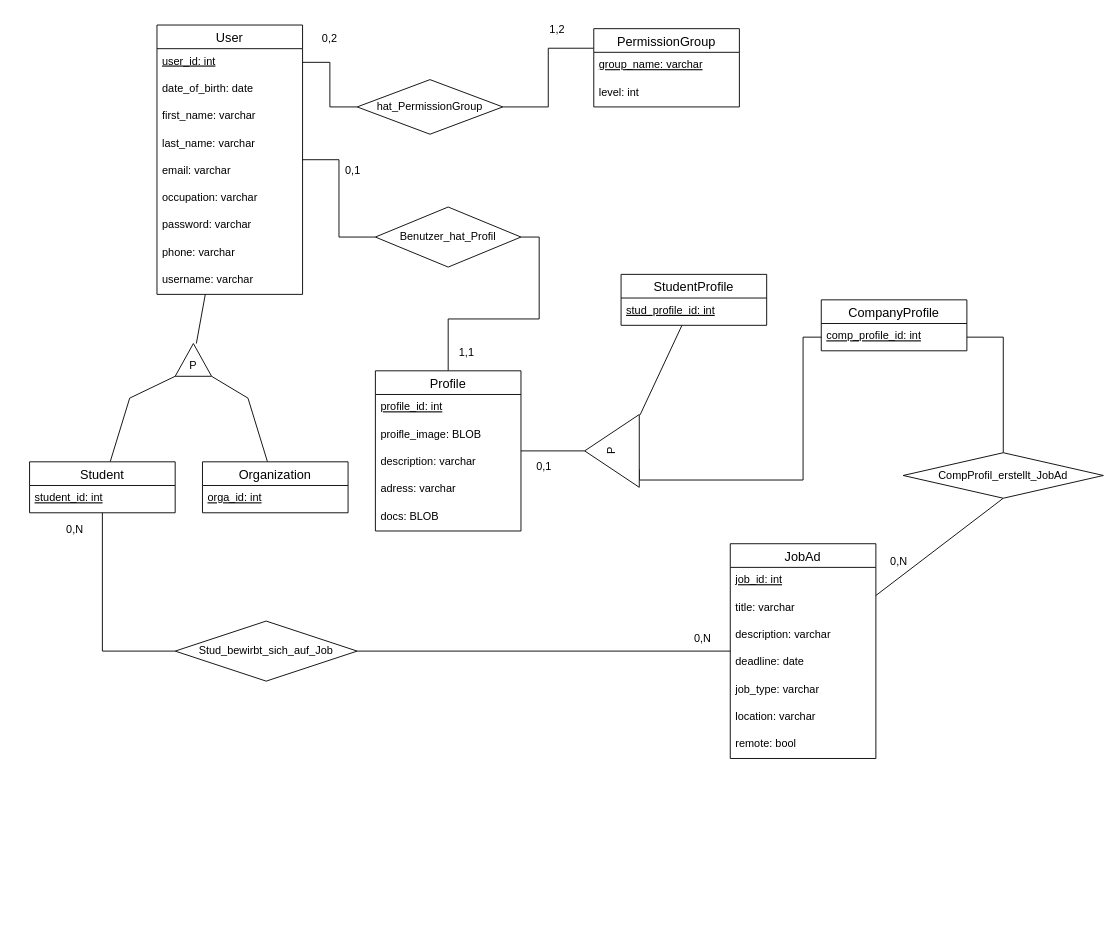
This is page "Semantisch" (2 of 2) of doc/diagram/ERDiagram.drawio from KlaraGolubovic/SE02, a draw.io file, before an edit. Source tidied: cells renumbered, new cells numbered last; positions are measured from the earlier drawing's top-left corner, leaving out a move shared by most shapes. Both pictures are drawn from the tidied source at 91%, with x=0, y=0 at pixel (29, 15).
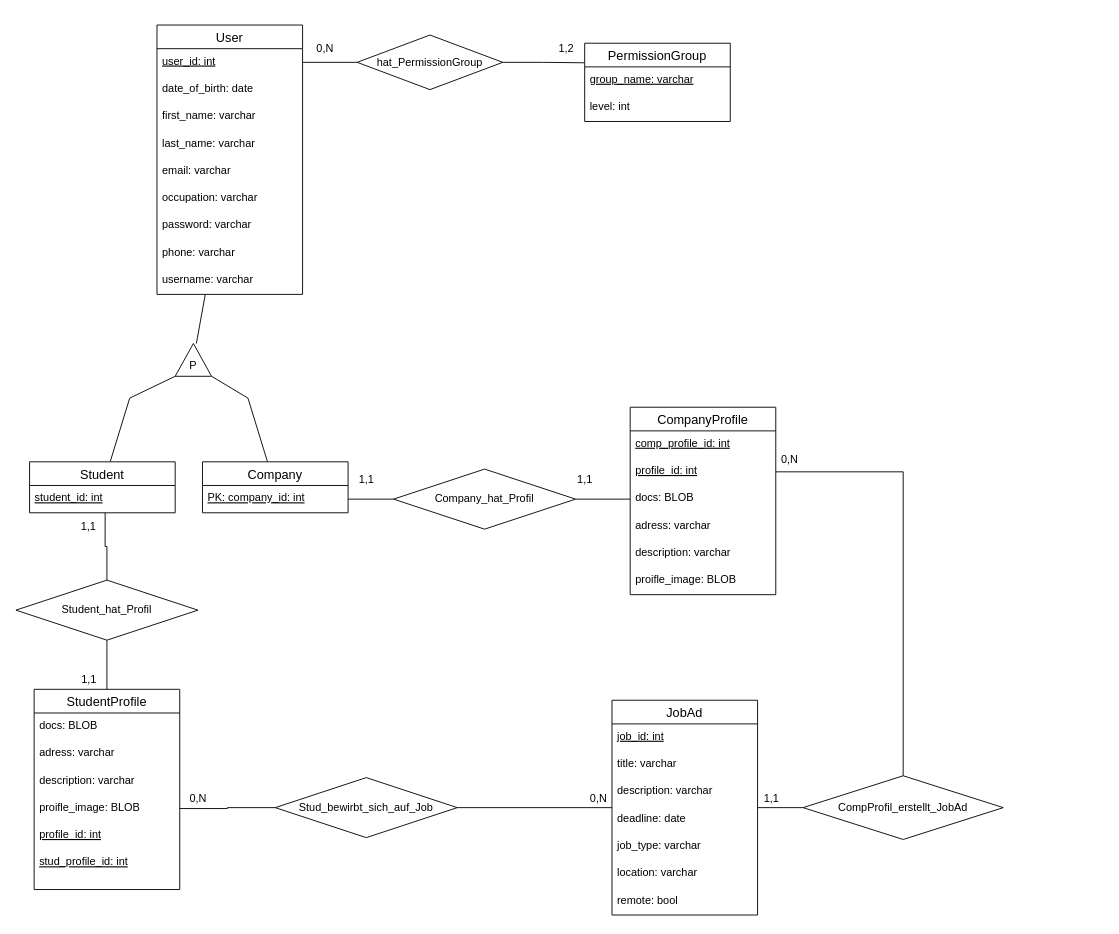
The same diagram, later.

The change refers to these unchanged cells:
```xml
<mxCell id="5" value="User" style="swimlane;fontStyle=0;horizontal=1;startSize=26;align=center;fontSize=14;" parent="1" vertex="1">
  <mxGeometry x="140" y="10" width="160" height="296" as="geometry" />
</mxCell>
<mxCell id="43" value="Student" style="swimlane;fontStyle=0;horizontal=1;startSize=26;align=center;fontSize=14;" parent="1" vertex="1">
  <mxGeometry y="490" width="160" height="56" as="geometry" />
</mxCell>
<mxCell id="44" value="student_id: int" style="text;strokeColor=none;fillColor=none;spacingLeft=4;spacingRight=4;overflow=hidden;points=[[0,0.5],[1,0.5]];portConstraint=eastwest;fontSize=12;fontStyle=4;" parent="43" vertex="1">
  <mxGeometry y="26" width="160" height="30" as="geometry" />
</mxCell>
<mxCell id="65" value="comp_profile_id: int" style="text;strokeColor=none;fillColor=none;spacingLeft=4;spacingRight=4;overflow=hidden;points=[[0,0.5],[1,0.5]];portConstraint=eastwest;fontSize=12;fontStyle=4;" parent="64" vertex="1">
  <mxGeometry y="26" width="160" height="30" as="geometry" />
</mxCell>
```

The edit, as a diff of the source:
```diff
@@
     <mxCell id="3" value="hat_PermissionGroup" style="shape=rhombus;perimeter=rhombusPerimeter;whiteSpace=wrap;html=1;align=center;" parent="1" vertex="1">
-      <mxGeometry x="360" y="70" width="160" height="60" as="geometry" />
+      <mxGeometry x="360" y="21" width="160" height="60" as="geometry" />
     </mxCell>
-    <mxCell id="4" style="edgeStyle=orthogonalEdgeStyle;rounded=0;jettySize=auto;html=1;entryX=0;entryY=0.5;entryDx=0;entryDy=0;fontSize=12;endArrow=none;endFill=0;" parent="1" edge="1" source="5" target="28">
-      <mxGeometry relative="1" as="geometry" />
-    </mxCell>
@@
-    <mxCell id="15" style="edgeStyle=orthogonalEdgeStyle;rounded=0;jettySize=auto;html=1;exitX=0.5;exitY=0;exitDx=0;exitDy=0;fontSize=12;endArrow=none;endFill=0;entryX=1;entryY=0.5;entryDx=0;entryDy=0;" parent="1" edge="1" source="18" target="28">
-      <mxGeometry relative="1" as="geometry" />
-    </mxCell>
-    <mxCell id="16" style="rounded=0;jettySize=auto;html=1;entryX=0.5;entryY=0;entryDx=0;entryDy=0;fontSize=12;endArrow=none;endFill=0;exitX=1;exitY=0.5;exitDx=0;exitDy=0;" parent="1" edge="1" source="65" target="40">
-      <mxGeometry relative="1" as="geometry">
-        <Array as="points">
-          <mxPoint x="1070" y="353" />
-        </Array>
-      </mxGeometry>
-    </mxCell>
-    <mxCell id="17" style="edgeStyle=orthogonalEdgeStyle;rounded=0;jettySize=auto;html=1;entryX=1;entryY=0.5;entryDx=0;entryDy=0;endArrow=none;endFill=0;" parent="1" edge="1" source="18" target="61">
-      <mxGeometry relative="1" as="geometry" />
-    </mxCell>
-    <mxCell id="18" value="Profile" style="swimlane;fontStyle=0;horizontal=1;startSize=26;align=center;fontSize=14;" parent="1" vertex="1">
-      <mxGeometry x="380" y="390" width="160" height="176" as="geometry" />
-    </mxCell>
-    <mxCell id="19" value="profile_id: int" style="text;strokeColor=none;fillColor=none;spacingLeft=4;spacingRight=4;overflow=hidden;fontSize=12;fontStyle=4;" parent="18" vertex="1">
-      <mxGeometry y="26" width="160" height="30" as="geometry" />
-    </mxCell>
-    <mxCell id="20" value="proifle_image: BLOB" style="text;strokeColor=none;fillColor=none;spacingLeft=4;spacingRight=4;overflow=hidden;fontSize=12;" parent="18" vertex="1">
-      <mxGeometry y="56" width="160" height="30" as="geometry" />
-    </mxCell>
-    <mxCell id="21" value="description: varchar" style="text;strokeColor=none;fillColor=none;spacingLeft=4;spacingRight=4;overflow=hidden;fontSize=12;" parent="18" vertex="1">
-      <mxGeometry y="86" width="160" height="30" as="geometry" />
-    </mxCell>
-    <mxCell id="22" value="adress: varchar" style="text;strokeColor=none;fillColor=none;spacingLeft=4;spacingRight=4;overflow=hidden;fontSize=12;" parent="18" vertex="1">
-      <mxGeometry y="116" width="160" height="30" as="geometry" />
-    </mxCell>
-    <mxCell id="23" value="docs: BLOB" style="text;strokeColor=none;fillColor=none;spacingLeft=4;spacingRight=4;overflow=hidden;fontSize=12;" parent="18" vertex="1">
-      <mxGeometry y="146" width="160" height="30" as="geometry" />
-    </mxCell>
     <mxCell id="24" value="PermissionGroup" style="swimlane;fontStyle=0;horizontal=1;startSize=26;align=center;fontSize=14;" parent="1" vertex="1">
-      <mxGeometry x="620" y="14" width="160" height="86" as="geometry" />
+      <mxGeometry x="610" y="30" width="160" height="86" as="geometry" />
     </mxCell>
@@
-    <mxCell id="28" value="Benutzer_hat_Profil" style="shape=rhombus;perimeter=rhombusPerimeter;whiteSpace=wrap;html=1;align=center;fontSize=12;" parent="1" vertex="1">
-      <mxGeometry x="380" y="210" width="160" height="66" as="geometry" />
-    </mxCell>
-    <mxCell id="29" value="0,1" style="text;html=1;align=center;verticalAlign=middle;strokeColor=none;fillColor=none;fontSize=12;" parent="1" vertex="1">
-      <mxGeometry x="340" y="160" width="30" height="20" as="geometry" />
-    </mxCell>
-    <mxCell id="30" value="1,1" style="text;html=1;align=center;verticalAlign=middle;strokeColor=none;fillColor=none;fontSize=12;" parent="1" vertex="1">
-      <mxGeometry x="465" y="360" width="30" height="20" as="geometry" />
-    </mxCell>
-    <mxCell id="31" style="rounded=0;jettySize=auto;html=1;entryX=0.5;entryY=1;entryDx=0;entryDy=0;fontSize=12;endArrow=none;endFill=0;" parent="1" edge="1" source="32" target="40">
+    <mxCell id="31" style="rounded=0;jettySize=auto;html=1;entryX=0;entryY=0.5;entryDx=0;entryDy=0;fontSize=12;endArrow=none;endFill=0;" parent="1" edge="1" source="32" target="40">
       <mxGeometry relative="1" as="geometry" />
     </mxCell>
     <mxCell id="32" value="JobAd" style="swimlane;fontStyle=0;horizontal=1;startSize=26;align=center;fontSize=14;" parent="1" vertex="1">
-      <mxGeometry x="770" y="580" width="160" height="236" as="geometry" />
+      <mxGeometry x="640" y="752" width="160" height="236" as="geometry" />
     </mxCell>
@@
+    <mxCell id="66" style="edgeStyle=orthogonalEdgeStyle;rounded=0;jettySize=auto;html=1;entryX=1;entryY=0.5;entryDx=0;entryDy=0;endArrow=none;endFill=0;" parent="1" edge="1" source="40" target="71">
+      <mxGeometry relative="1" as="geometry" />
+    </mxCell>
     <mxCell id="40" value="CompProfil_erstellt_JobAd" style="shape=rhombus;perimeter=rhombusPerimeter;whiteSpace=wrap;html=1;align=center;fontSize=12;" parent="1" vertex="1">
-      <mxGeometry x="960" y="480" width="220" height="50" as="geometry" />
+      <mxGeometry x="850" y="835" width="220" height="70" as="geometry" />
     </mxCell>
@@
-    <mxCell id="42" style="edgeStyle=orthogonalEdgeStyle;rounded=0;jettySize=auto;html=1;entryX=0;entryY=0.5;entryDx=0;entryDy=0;fontSize=12;endArrow=none;endFill=0;" parent="1" edge="1" source="43" target="55">
-      <mxGeometry relative="1" as="geometry">
-        <Array as="points">
-          <mxPoint x="80" y="698" />
-        </Array>
-      </mxGeometry>
-    </mxCell>
@@
-    <mxCell id="46" value="Organization" style="swimlane;fontStyle=0;horizontal=1;startSize=26;align=center;fontSize=14;" parent="1" vertex="1">
+    <mxCell id="46" value="Company" style="swimlane;fontStyle=0;horizontal=1;startSize=26;align=center;fontSize=14;" parent="1" vertex="1">
       <mxGeometry x="190" y="490" width="160" height="56" as="geometry" />
     </mxCell>
-    <mxCell id="47" value="orga_id: int" style="text;strokeColor=none;fillColor=none;spacingLeft=4;spacingRight=4;overflow=hidden;points=[[0,0.5],[1,0.5]];portConstraint=eastwest;fontSize=12;fontStyle=4;" parent="46" vertex="1">
+    <mxCell id="47" value="PK: company_id: int" style="text;strokeColor=none;fillColor=none;spacingLeft=4;spacingRight=4;overflow=hidden;points=[[0,0.5],[1,0.5]];portConstraint=eastwest;fontSize=12;fontStyle=4;" parent="46" vertex="1">
       <mxGeometry y="26" width="160" height="30" as="geometry" />
     </mxCell>
@@
-    <mxCell id="51" value="0,2" style="text;html=1;strokeColor=none;fillColor=none;align=center;verticalAlign=middle;whiteSpace=wrap;rounded=0;fontSize=12;" parent="1" vertex="1">
-      <mxGeometry x="300" y="10" width="60" height="30" as="geometry" />
+    <mxCell id="51" value="0,N" style="text;html=1;strokeColor=none;fillColor=none;align=center;verticalAlign=middle;whiteSpace=wrap;rounded=0;fontSize=12;" parent="1" vertex="1">
+      <mxGeometry x="295" y="21" width="60" height="30" as="geometry" />
     </mxCell>
     <mxCell id="52" value="1,2" style="text;html=1;strokeColor=none;fillColor=none;align=center;verticalAlign=middle;whiteSpace=wrap;rounded=0;fontSize=12;" parent="1" vertex="1">
-      <mxGeometry x="550" width="60" height="30" as="geometry" />
+      <mxGeometry x="560" y="21" width="60" height="30" as="geometry" />
     </mxCell>
-    <mxCell id="53" value="0,1" style="text;html=1;align=center;verticalAlign=middle;strokeColor=none;fillColor=none;fontSize=12;" parent="1" vertex="1">
-      <mxGeometry x="550" y="485" width="30" height="20" as="geometry" />
-    </mxCell>
@@
     <mxCell id="55" value="Stud_bewirbt_sich_auf_Job" style="shape=rhombus;perimeter=rhombusPerimeter;whiteSpace=wrap;html=1;align=center;fontSize=12;" parent="1" vertex="1">
-      <mxGeometry x="160" y="665" width="200" height="66" as="geometry" />
+      <mxGeometry x="270" y="837" width="200" height="66" as="geometry" />
     </mxCell>
-    <mxCell id="56" value="0,N" style="text;html=1;align=center;verticalAlign=middle;strokeColor=none;fillColor=none;fontSize=12;" parent="1" vertex="1">
-      <mxGeometry x="940" y="590" width="30" height="20" as="geometry" />
-    </mxCell>
-    <mxCell id="57" value="0,N" style="text;html=1;strokeColor=none;fillColor=none;align=center;verticalAlign=middle;whiteSpace=wrap;rounded=0;fontSize=12;" parent="1" vertex="1">
-      <mxGeometry x="20" y="550" width="60" height="30" as="geometry" />
+    <mxCell id="57" value="1,1" style="text;html=1;strokeColor=none;fillColor=none;align=center;verticalAlign=middle;whiteSpace=wrap;rounded=0;fontSize=12;" parent="1" vertex="1">
+      <mxGeometry x="35" y="546" width="60" height="30" as="geometry" />
     </mxCell>
-    <mxCell id="58" value="0,N" style="text;html=1;strokeColor=none;fillColor=none;align=center;verticalAlign=middle;whiteSpace=wrap;rounded=0;fontSize=12;" parent="1" vertex="1">
-      <mxGeometry x="710" y="670" width="60" height="30" as="geometry" />
-    </mxCell>
-    <mxCell id="59" style="rounded=0;jettySize=auto;html=1;endArrow=none;endFill=0;exitX=-0.015;exitY=0.995;exitDx=0;exitDy=0;exitPerimeter=0;" parent="1" edge="1" source="61" target="62">
-      <mxGeometry relative="1" as="geometry" />
-    </mxCell>
-    <mxCell id="60" style="edgeStyle=orthogonalEdgeStyle;rounded=0;jettySize=auto;html=1;endArrow=none;endFill=0;exitX=0;exitY=0.25;exitDx=0;exitDy=0;entryX=0;entryY=0.5;entryDx=0;entryDy=0;" parent="1" edge="1" source="61" target="65">
-      <mxGeometry relative="1" as="geometry">
-        <Array as="points">
-          <mxPoint x="670" y="510" />
-          <mxPoint x="850" y="510" />
-          <mxPoint x="850" y="353" />
-        </Array>
-      </mxGeometry>
-    </mxCell>
-    <mxCell id="61" value="P" style="triangle;whiteSpace=wrap;html=1;direction=north;rotation=-90;" parent="1" vertex="1">
-      <mxGeometry x="600" y="448" width="80" height="60" as="geometry" />
-    </mxCell>
     <mxCell id="62" value="StudentProfile" style="swimlane;fontStyle=0;horizontal=1;startSize=26;align=center;fontSize=14;" parent="1" vertex="1">
-      <mxGeometry x="650" y="284" width="160" height="56" as="geometry" />
+      <mxGeometry x="5" y="740" width="160" height="220" as="geometry" />
     </mxCell>
+    <mxCell id="67" value="docs: BLOB" style="text;strokeColor=none;fillColor=none;spacingLeft=4;spacingRight=4;overflow=hidden;fontSize=12;" parent="62" vertex="1">
+      <mxGeometry y="26" width="160" height="30" as="geometry" />
+    </mxCell>
+    <mxCell id="68" value="adress: varchar" style="text;strokeColor=none;fillColor=none;spacingLeft=4;spacingRight=4;overflow=hidden;fontSize=12;" parent="62" vertex="1">
+      <mxGeometry y="56" width="160" height="30" as="geometry" />
+    </mxCell>
+    <mxCell id="21" value="description: varchar" style="text;strokeColor=none;fillColor=none;spacingLeft=4;spacingRight=4;overflow=hidden;fontSize=12;" parent="62" vertex="1">
+      <mxGeometry y="86" width="160" height="30" as="geometry" />
+    </mxCell>
+    <mxCell id="69" value="proifle_image: BLOB" style="text;strokeColor=none;fillColor=none;spacingLeft=4;spacingRight=4;overflow=hidden;points=[[0,0.5],[1,0.5]];portConstraint=eastwest;fontSize=12;" parent="62" vertex="1">
+      <mxGeometry y="116" width="160" height="30" as="geometry" />
+    </mxCell>
+    <mxCell id="70" value="profile_id: int" style="text;strokeColor=none;fillColor=none;spacingLeft=4;spacingRight=4;overflow=hidden;fontSize=12;fontStyle=4;" parent="62" vertex="1">
+      <mxGeometry y="146" width="160" height="30" as="geometry" />
+    </mxCell>
     <mxCell id="63" value="stud_profile_id: int" style="text;strokeColor=none;fillColor=none;spacingLeft=4;spacingRight=4;overflow=hidden;fontSize=12;fontStyle=4;" parent="62" vertex="1">
-      <mxGeometry y="26" width="160" height="30" as="geometry" />
+      <mxGeometry y="176" width="160" height="44" as="geometry" />
     </mxCell>
     <mxCell id="64" value="CompanyProfile" style="swimlane;fontStyle=0;horizontal=1;startSize=26;align=center;fontSize=14;" parent="1" vertex="1">
-      <mxGeometry x="870" y="312" width="160" height="56" as="geometry" />
+      <mxGeometry x="660" y="430" width="160" height="206" as="geometry" />
     </mxCell>
@@
+    <mxCell id="71" value="profile_id: int" style="text;strokeColor=none;fillColor=none;spacingLeft=4;spacingRight=4;overflow=hidden;points=[[0,0.5],[1,0.5]];portConstraint=eastwest;fontSize=12;fontStyle=4;" parent="64" vertex="1">
+      <mxGeometry y="56" width="160" height="30" as="geometry" />
+    </mxCell>
+    <mxCell id="72" value="docs: BLOB" style="text;strokeColor=none;fillColor=none;spacingLeft=4;spacingRight=4;overflow=hidden;points=[[0,0.5],[1,0.5]];portConstraint=eastwest;fontSize=12;" parent="64" vertex="1">
+      <mxGeometry y="86" width="160" height="30" as="geometry" />
+    </mxCell>
+    <mxCell id="22" value="adress: varchar" style="text;strokeColor=none;fillColor=none;spacingLeft=4;spacingRight=4;overflow=hidden;fontSize=12;" parent="64" vertex="1">
+      <mxGeometry y="116" width="160" height="30" as="geometry" />
+    </mxCell>
+    <mxCell id="73" value="description: varchar" style="text;strokeColor=none;fillColor=none;spacingLeft=4;spacingRight=4;overflow=hidden;fontSize=12;" parent="64" vertex="1">
+      <mxGeometry y="146" width="160" height="30" as="geometry" />
+    </mxCell>
+    <mxCell id="74" value="proifle_image: BLOB" style="text;strokeColor=none;fillColor=none;spacingLeft=4;spacingRight=4;overflow=hidden;fontSize=12;" parent="64" vertex="1">
+      <mxGeometry y="176" width="160" height="30" as="geometry" />
+    </mxCell>
+    <mxCell id="75" style="edgeStyle=orthogonalEdgeStyle;rounded=0;jettySize=auto;html=1;entryX=0.5;entryY=0;entryDx=0;entryDy=0;endArrow=none;endFill=0;" parent="1" edge="1" source="76" target="62">
+      <mxGeometry relative="1" as="geometry" />
+    </mxCell>
+    <mxCell id="76" value="Student_hat_Profil" style="shape=rhombus;perimeter=rhombusPerimeter;whiteSpace=wrap;html=1;align=center;fontSize=12;" parent="1" vertex="1">
+      <mxGeometry x="-15" y="620" width="200" height="66" as="geometry" />
+    </mxCell>
+    <mxCell id="77" style="edgeStyle=orthogonalEdgeStyle;rounded=0;jettySize=auto;html=1;entryX=0;entryY=0.5;entryDx=0;entryDy=0;endArrow=none;endFill=0;" parent="1" edge="1" source="78" target="72">
+      <mxGeometry relative="1" as="geometry" />
+    </mxCell>
+    <mxCell id="78" value="Company_hat_Profil" style="shape=rhombus;perimeter=rhombusPerimeter;whiteSpace=wrap;html=1;align=center;fontSize=12;" parent="1" vertex="1">
+      <mxGeometry x="400" y="498" width="200" height="66" as="geometry" />
+    </mxCell>
+    <mxCell id="79" style="edgeStyle=orthogonalEdgeStyle;rounded=0;jettySize=auto;html=1;entryX=0;entryY=0.5;entryDx=0;entryDy=0;endArrow=none;endFill=0;" parent="1" edge="1" source="69" target="55">
+      <mxGeometry relative="1" as="geometry" />
+    </mxCell>
+    <mxCell id="80" style="edgeStyle=orthogonalEdgeStyle;rounded=0;jettySize=auto;html=1;entryX=0.5;entryY=0;entryDx=0;entryDy=0;endArrow=none;endFill=0;exitX=0.519;exitY=1;exitDx=0;exitDy=0;exitPerimeter=0;" parent="1" edge="1" source="44" target="76">
+      <mxGeometry relative="1" as="geometry" />
+    </mxCell>
+    <mxCell id="81" style="edgeStyle=orthogonalEdgeStyle;rounded=0;jettySize=auto;html=1;entryX=0;entryY=0.5;entryDx=0;entryDy=0;endArrow=none;endFill=0;" parent="1" edge="1" source="47" target="78">
+      <mxGeometry relative="1" as="geometry" />
+    </mxCell>
+    <mxCell id="82" value="1,1" style="text;html=1;align=center;verticalAlign=middle;strokeColor=none;fillColor=none;" parent="1" vertex="1">
+      <mxGeometry x="355" y="500" width="30" height="20" as="geometry" />
+    </mxCell>
+    <mxCell id="83" value="1,1" style="text;html=1;align=center;verticalAlign=middle;strokeColor=none;fillColor=none;" parent="1" vertex="1">
+      <mxGeometry x="595" y="500" width="30" height="20" as="geometry" />
+    </mxCell>
+    <mxCell id="84" value="1,1" style="text;html=1;align=center;verticalAlign=middle;strokeColor=none;fillColor=none;" parent="1" vertex="1">
+      <mxGeometry x="50" y="720" width="30" height="20" as="geometry" />
+    </mxCell>
+    <mxCell id="85" value="0,N" style="text;html=1;align=center;verticalAlign=middle;strokeColor=none;fillColor=none;" parent="1" vertex="1">
+      <mxGeometry x="170" y="850" width="30" height="20" as="geometry" />
+    </mxCell>
+    <mxCell id="86" value="0,N" style="text;html=1;align=center;verticalAlign=middle;strokeColor=none;fillColor=none;" parent="1" vertex="1">
+      <mxGeometry x="610" y="850" width="30" height="20" as="geometry" />
+    </mxCell>
+    <mxCell id="87" value="0,N" style="text;html=1;align=center;verticalAlign=middle;strokeColor=none;fillColor=none;" parent="1" vertex="1">
+      <mxGeometry x="820" y="478" width="30" height="20" as="geometry" />
+    </mxCell>
+    <mxCell id="88" value="1,1" style="text;html=1;align=center;verticalAlign=middle;strokeColor=none;fillColor=none;" parent="1" vertex="1">
+      <mxGeometry x="800" y="850" width="30" height="20" as="geometry" />
+    </mxCell>
```
